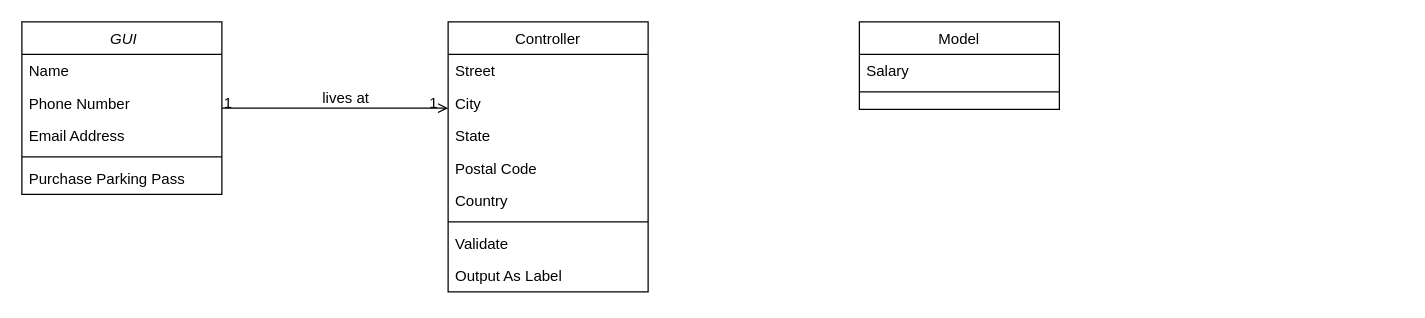
The draw.io diagram Class Diagram/SPMT_Class_Diagram.drawio in Andrewsimsd/SPMT, before the edit. Source tidied: cells renumbered, new cells numbered last; positions are measured from the earlier drawing's top-left corner, leaving out a move shared by most shapes. Both pictures are drawn from the tidied source at 125%, with x=0, y=0 at pixel (21, 21).
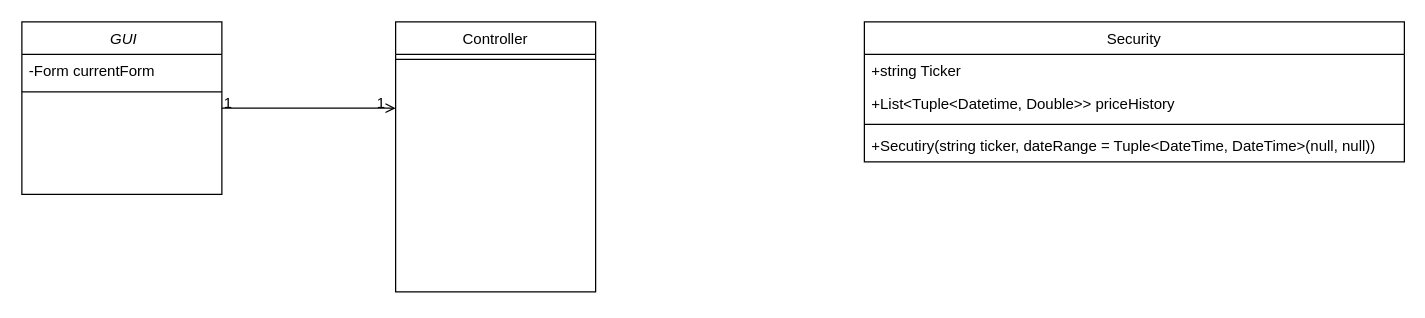
Above is the later version.

The change refers to these unchanged cells:
```xml
<mxCell id="2" value=" GUI" style="swimlane;fontStyle=2;align=center;verticalAlign=top;horizontal=1;startSize=26;rounded=0;shadow=0;strokeWidth=1;" parent="1" vertex="1">
  <mxGeometry width="160" height="138" as="geometry" />
</mxCell>
<mxCell id="20" style="endArrow=open;shadow=0;strokeWidth=1;rounded=0;endFill=1;edgeStyle=elbowEdgeStyle;elbow=vertical;" parent="1" edge="1" source="2" target="11">
  <mxGeometry x="0.5" y="41" relative="1" as="geometry">
    <mxPoint x="-40" y="32" as="offset" />
  </mxGeometry>
</mxCell>
```

Diff of the diagram source:
```diff
@@
-    <mxCell id="3" value="Name" style="text;align=left;verticalAlign=top;spacingLeft=4;spacingRight=4;overflow=hidden;" parent="2" vertex="1">
+    <mxCell id="3" value="-Form currentForm" style="text;align=left;verticalAlign=top;spacingLeft=4;spacingRight=4;overflow=hidden;" parent="2" vertex="1">
       <mxGeometry y="26" width="160" height="26" as="geometry" />
     </mxCell>
-    <mxCell id="4" value="Phone Number" style="text;align=left;verticalAlign=top;spacingLeft=4;spacingRight=4;overflow=hidden;rounded=0;shadow=0;html=0;" parent="2" vertex="1">
-      <mxGeometry y="52" width="160" height="26" as="geometry" />
-    </mxCell>
-    <mxCell id="5" value="Email Address" style="text;align=left;verticalAlign=top;spacingLeft=4;spacingRight=4;overflow=hidden;rounded=0;shadow=0;html=0;" parent="2" vertex="1">
-      <mxGeometry y="78" width="160" height="26" as="geometry" />
-    </mxCell>
     <mxCell id="6" style="line;html=1;strokeWidth=1;align=left;verticalAlign=middle;spacingTop=-1;spacingLeft=3;spacingRight=3;labelPosition=right;" parent="2" vertex="1">
-      <mxGeometry y="104" width="160" height="8" as="geometry" />
+      <mxGeometry y="52" width="160" height="8" as="geometry" />
     </mxCell>
-    <mxCell id="7" value="Purchase Parking Pass" style="text;align=left;verticalAlign=top;spacingLeft=4;spacingRight=4;overflow=hidden;" parent="2" vertex="1">
-      <mxGeometry y="112" width="160" height="26" as="geometry" />
-    </mxCell>
-    <mxCell id="8" value="Model" style="swimlane;fontStyle=0;align=center;verticalAlign=top;horizontal=1;startSize=26;rounded=0;shadow=0;strokeWidth=1;" parent="1" vertex="1">
-      <mxGeometry x="670" width="160" height="70" as="geometry" />
+    <mxCell id="8" value="Security" style="swimlane;fontStyle=0;align=center;verticalAlign=top;horizontal=1;startSize=26;rounded=0;shadow=0;strokeWidth=1;" parent="1" vertex="1">
+      <mxGeometry x="674" width="432" height="112" as="geometry" />
     </mxCell>
+    <mxCell id="24" value="+string Ticker" style="text;align=left;verticalAlign=top;spacingLeft=4;spacingRight=4;overflow=hidden;" parent="8" vertex="1">
+      <mxGeometry y="26" width="432" height="26" as="geometry" />
+    </mxCell>
-    <mxCell id="9" value="Salary" style="text;align=left;verticalAlign=top;spacingLeft=4;spacingRight=4;overflow=hidden;" parent="8" vertex="1">
-      <mxGeometry y="26" width="160" height="26" as="geometry" />
+    <mxCell id="9" value="+List&lt;Tuple&lt;Datetime, Double&gt;&gt; priceHistory" style="text;align=left;verticalAlign=top;spacingLeft=4;spacingRight=4;overflow=hidden;" parent="8" vertex="1">
+      <mxGeometry y="52" width="432" height="26" as="geometry" />
     </mxCell>
     <mxCell id="10" style="line;html=1;strokeWidth=1;align=left;verticalAlign=middle;spacingTop=-1;spacingLeft=3;spacingRight=3;labelPosition=right;" parent="8" vertex="1">
-      <mxGeometry y="52" width="160" height="8" as="geometry" />
+      <mxGeometry y="78" width="432" height="8" as="geometry" />
     </mxCell>
+    <mxCell id="25" value="+Secutiry(string ticker, dateRange = Tuple&lt;DateTime, DateTime&gt;(null, null))" style="text;align=left;verticalAlign=top;spacingLeft=4;spacingRight=4;overflow=hidden;" parent="8" vertex="1">
+      <mxGeometry y="86" width="432" height="26" as="geometry" />
+    </mxCell>
     <mxCell id="11" value="Controller" style="swimlane;fontStyle=0;align=center;verticalAlign=top;horizontal=1;startSize=26;rounded=0;shadow=0;strokeWidth=1;" parent="1" vertex="1">
-      <mxGeometry x="341" width="160" height="216" as="geometry" />
+      <mxGeometry x="299" width="160" height="216" as="geometry" />
     </mxCell>
-    <mxCell id="12" value="Street" style="text;align=left;verticalAlign=top;spacingLeft=4;spacingRight=4;overflow=hidden;" parent="11" vertex="1">
-      <mxGeometry y="26" width="160" height="26" as="geometry" />
-    </mxCell>
-    <mxCell id="13" value="City" style="text;align=left;verticalAlign=top;spacingLeft=4;spacingRight=4;overflow=hidden;rounded=0;shadow=0;html=0;" parent="11" vertex="1">
-      <mxGeometry y="52" width="160" height="26" as="geometry" />
-    </mxCell>
-    <mxCell id="14" value="State" style="text;align=left;verticalAlign=top;spacingLeft=4;spacingRight=4;overflow=hidden;rounded=0;shadow=0;html=0;" parent="11" vertex="1">
-      <mxGeometry y="78" width="160" height="26" as="geometry" />
-    </mxCell>
-    <mxCell id="15" value="Postal Code" style="text;align=left;verticalAlign=top;spacingLeft=4;spacingRight=4;overflow=hidden;rounded=0;shadow=0;html=0;" parent="11" vertex="1">
-      <mxGeometry y="104" width="160" height="26" as="geometry" />
-    </mxCell>
-    <mxCell id="16" value="Country" style="text;align=left;verticalAlign=top;spacingLeft=4;spacingRight=4;overflow=hidden;rounded=0;shadow=0;html=0;" parent="11" vertex="1">
-      <mxGeometry y="130" width="160" height="26" as="geometry" />
-    </mxCell>
     <mxCell id="17" style="line;html=1;strokeWidth=1;align=left;verticalAlign=middle;spacingTop=-1;spacingLeft=3;spacingRight=3;labelPosition=right;" parent="11" vertex="1">
-      <mxGeometry y="156" width="160" height="8" as="geometry" />
+      <mxGeometry y="26" width="160" height="8" as="geometry" />
     </mxCell>
-    <mxCell id="18" value="Validate" style="text;align=left;verticalAlign=top;spacingLeft=4;spacingRight=4;overflow=hidden;" parent="11" vertex="1">
-      <mxGeometry y="164" width="160" height="26" as="geometry" />
-    </mxCell>
-    <mxCell id="19" value="Output As Label" style="text;align=left;verticalAlign=top;spacingLeft=4;spacingRight=4;overflow=hidden;" parent="11" vertex="1">
-      <mxGeometry y="190" width="160" height="26" as="geometry" />
-    </mxCell>
@@
-    <mxCell id="23" value="lives at" style="text;html=1;align=center;verticalAlign=middle;labelBackgroundColor=none;rounded=0;shadow=0;strokeWidth=1;fontSize=12;" parent="20" vertex="1">
-      <mxGeometry x="0.5" y="49" relative="1" as="geometry">
-        <mxPoint x="-38" y="40" as="offset" />
-      </mxGeometry>
-    </mxCell>
```
